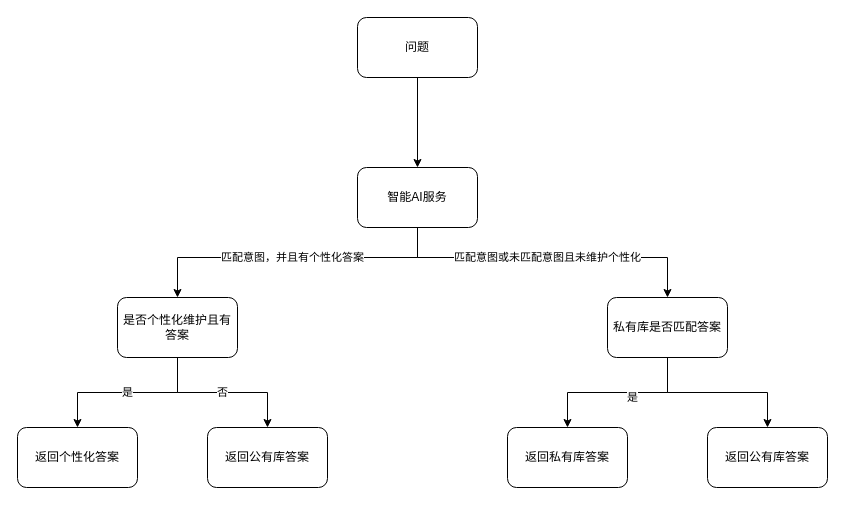
This is 客服问题询问逻辑.drawio from ammengke/my-drawio, a draw.io file, before an edit. Source tidied: cells renumbered, new cells numbered last; positions are measured from the earlier drawing's top-left corner, leaving out a move shared by most shapes. Both pictures are drawn from the tidied source at 100%, with x=0, y=0 at pixel (17, 17).
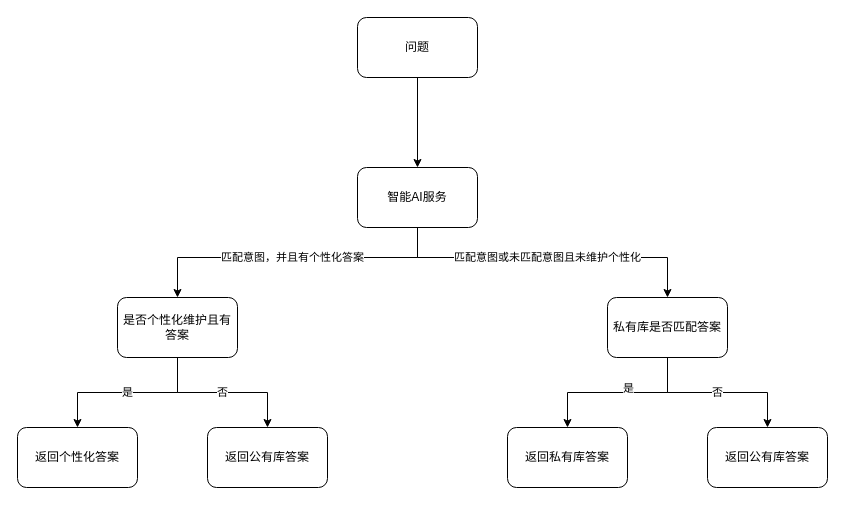
The same page after the edit.

Commit message (it also covers changes not shown here):
更新客服问题询问逻辑.drawio

The change refers to these unchanged cells:
```xml
<mxCell id="10" style="edgeStyle=orthogonalEdgeStyle;rounded=0;jettySize=auto;html=1;" parent="1" edge="1" source="13" target="16">
  <mxGeometry relative="1" as="geometry" />
</mxCell>
<mxCell id="13" value="私有库是否匹配答案" style="rounded=1;whiteSpace=wrap;html=1;" parent="1" vertex="1">
  <mxGeometry x="590" y="280" width="120" height="60" as="geometry" />
</mxCell>
<mxCell id="17" value="返回公有库答案" style="rounded=1;whiteSpace=wrap;html=1;" parent="1" vertex="1">
  <mxGeometry x="690" y="410" width="120" height="60" as="geometry" />
</mxCell>
```

The edit, as a diff of the source:
```diff
@@
     <mxCell id="11" value="是" style="edgeLabel;html=1;align=center;verticalAlign=middle;" parent="10" vertex="1">
-      <mxGeometry x="-0.16" y="4" relative="1" as="geometry" />
+      <mxGeometry x="-0.16" y="4" relative="1" as="geometry">
+        <mxPoint x="-4" y="-9" as="offset" />
+      </mxGeometry>
     </mxCell>
-    <mxCell id="12" style="edgeStyle=orthogonalEdgeStyle;rounded=0;jettySize=auto;html=1;" parent="1" edge="1" source="13" target="17">
+    <mxCell id="12" value="否" style="edgeStyle=orthogonalEdgeStyle;rounded=0;jettySize=auto;html=1;" parent="1" edge="1" source="13" target="17">
       <mxGeometry relative="1" as="geometry" />
     </mxCell>
```
